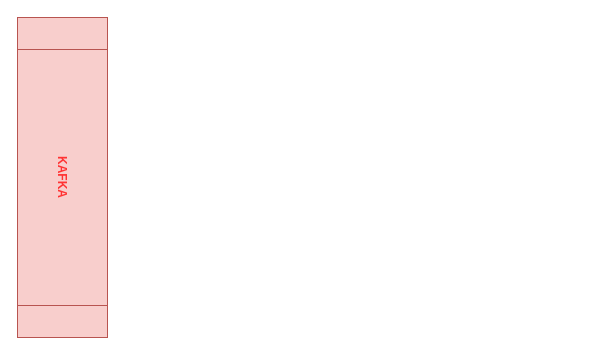
iatalay/drawio-diagrams keeps this draw.io diagram as Untitled Diagram.drawio. Above is the earlier version. Source tidied: cells renumbered, new cells numbered last; positions are measured from the earlier drawing's top-left corner, leaving out a move shared by most shapes. Both pictures are drawn from the tidied source at 100%, with x=0, y=0 at pixel (-98, 132).
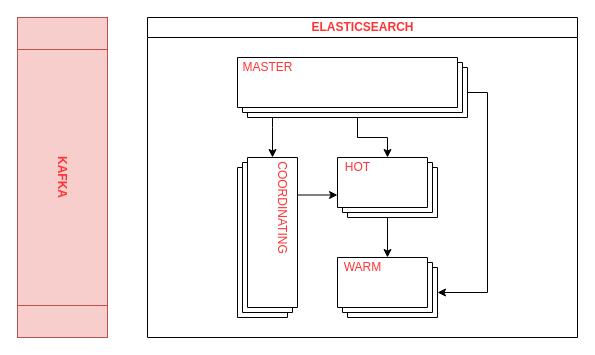
Above is the later version.

The edit, as a diff of the source:
```diff
@@
 <mxGraphModel>
   <root>
     <mxCell id="0" />
     <mxCell id="1" parent="0" />
     <mxCell id="2" value="&lt;span&gt;KAFKA&lt;/span&gt;" style="shape=process;whiteSpace=wrap;html=1;backgroundOutline=1;direction=west;verticalAlign=middle;fontStyle=1;labelBackgroundColor=none;labelBorderColor=none;fillColor=#f8cecc;strokeColor=#b85450;fontColor=#FF3333;rotation=90;flipV=1;flipH=0;" parent="1" vertex="1">
       <mxGeometry width="320" height="90" as="geometry" />
     </mxCell>
+    <mxCell id="3" value="ELASTICSEARCH" style="swimlane;html=1;startSize=20;horizontal=1;containerType=tree;labelBackgroundColor=none;fontColor=#FF3333;" parent="1" vertex="1">
+      <mxGeometry x="245" y="-115" width="430" height="320" as="geometry" />
+    </mxCell>
+    <mxCell id="4" style="edgeStyle=orthogonalEdgeStyle;rounded=0;jettySize=auto;html=1;entryX=0;entryY=0;entryDx=0;entryDy=25;entryPerimeter=0;fontColor=#FF3333;" parent="3" edge="1" source="7" target="9">
+      <mxGeometry relative="1" as="geometry">
+        <Array as="points">
+          <mxPoint x="125" y="110" />
+          <mxPoint x="125" y="110" />
+        </Array>
+      </mxGeometry>
+    </mxCell>
+    <mxCell id="5" style="edgeStyle=orthogonalEdgeStyle;rounded=0;jettySize=auto;html=1;exitX=0;exitY=0;exitDx=120;exitDy=60;exitPerimeter=0;fontColor=#FF3333;" parent="3" edge="1" source="7" target="10">
+      <mxGeometry relative="1" as="geometry" />
+    </mxCell>
+    <mxCell id="6" style="edgeStyle=orthogonalEdgeStyle;rounded=0;jettySize=auto;html=1;exitX=0;exitY=0;exitDx=230;exitDy=35;exitPerimeter=0;entryX=0;entryY=0;entryDx=100;entryDy=35;entryPerimeter=0;fontColor=#FF3333;" parent="3" edge="1" source="7" target="12">
+      <mxGeometry relative="1" as="geometry" />
+    </mxCell>
+    <mxCell id="7" style="verticalLabelPosition=bottom;verticalAlign=top;html=1;shape=mxgraph.basic.layered_rect;dx=10;outlineConnect=0;labelBackgroundColor=none;fontColor=#FF3333;labelBorderColor=none;" parent="3" vertex="1">
+      <mxGeometry x="90" y="40" width="230" height="60" as="geometry" />
+    </mxCell>
+    <mxCell id="8" style="edgeStyle=orthogonalEdgeStyle;rounded=0;jettySize=auto;html=1;exitX=0;exitY=0;exitDx=37.5;exitDy=0;exitPerimeter=0;entryX=0;entryY=0;entryDx=0;entryDy=37.5;entryPerimeter=0;fontColor=#FF3333;" parent="3" edge="1" source="9" target="10">
+      <mxGeometry relative="1" as="geometry" />
+    </mxCell>
+    <mxCell id="9" style="verticalLabelPosition=bottom;verticalAlign=top;html=1;shape=mxgraph.basic.layered_rect;dx=10;outlineConnect=0;labelBackgroundColor=none;fontColor=#FF3333;labelBorderColor=none;direction=south;" parent="3" vertex="1">
+      <mxGeometry x="90" y="140" width="60" height="160" as="geometry" />
+    </mxCell>
+    <mxCell id="10" style="verticalLabelPosition=bottom;verticalAlign=top;html=1;shape=mxgraph.basic.layered_rect;dx=10;outlineConnect=0;labelBackgroundColor=none;fontColor=#FF3333;" parent="3" vertex="1">
+      <mxGeometry x="190" y="140" width="100" height="60" as="geometry" />
+    </mxCell>
+    <mxCell id="11" style="edgeStyle=orthogonalEdgeStyle;rounded=0;jettySize=auto;html=1;" parent="3" edge="1" source="10" target="12">
+      <mxGeometry relative="1" as="geometry" />
+    </mxCell>
+    <mxCell id="12" style="verticalLabelPosition=bottom;verticalAlign=top;html=1;shape=mxgraph.basic.layered_rect;dx=10;outlineConnect=0;labelBackgroundColor=none;fontColor=#FF3333;" parent="3" vertex="1">
+      <mxGeometry x="190" y="240" width="100" height="60" as="geometry" />
+    </mxCell>
+    <mxCell id="13" value="COORDINATING" style="text;html=1;align=center;verticalAlign=middle;fontColor=#FF3333;rotation=90;" parent="3" vertex="1">
+      <mxGeometry x="80" y="180" width="110" height="20" as="geometry" />
+    </mxCell>
+    <mxCell id="14" value="HOT" style="text;html=1;align=center;verticalAlign=middle;fontColor=#FF3333;" parent="3" vertex="1">
+      <mxGeometry x="190" y="140" width="40" height="20" as="geometry" />
+    </mxCell>
+    <mxCell id="15" value="WARM" style="text;html=1;align=center;verticalAlign=middle;fontColor=#FF3333;" parent="3" vertex="1">
+      <mxGeometry x="190" y="240" width="50" height="20" as="geometry" />
+    </mxCell>
+    <mxCell id="16" value="MASTER" style="text;html=1;align=center;verticalAlign=middle;fontColor=#FF3333;" parent="3" vertex="1">
+      <mxGeometry x="85" y="40" width="70" height="20" as="geometry" />
+    </mxCell>
   </root>
 </mxGraphModel>
```
